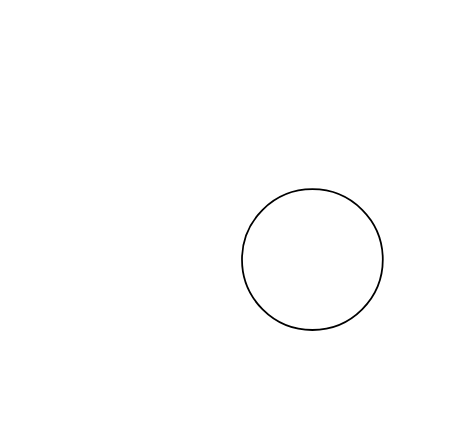
Above: Untitled Diagram.drawio in ODAPES/system_documentation (draw.io), before the change. Source tidied: cells renumbered, new cells numbered last; positions are measured from the earlier drawing's top-left corner, leaving out a move shared by most shapes. Both pictures are drawn from the tidied source at 176%, with x=0, y=0 at pixel (241, 188).
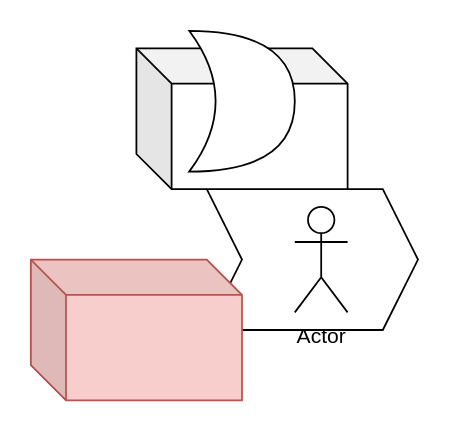
Above is the later version.

What changed in the source:
```diff
@@
 <mxGraphModel>
   <root>
     <mxCell id="0" />
     <mxCell id="1" parent="0" />
     <mxCell id="2" style="ellipse;whiteSpace=wrap;html=1;" parent="1" vertex="1">
       <mxGeometry width="80" height="80" as="geometry" />
     </mxCell>
+    <mxCell id="3" style="shape=step;perimeter=stepPerimeter;whiteSpace=wrap;html=1;fixedSize=1;" parent="1" vertex="1">
+      <mxGeometry x="-20" width="120" height="80" as="geometry" />
+    </mxCell>
+    <mxCell id="4" style="shape=cube;whiteSpace=wrap;html=1;boundedLbl=1;backgroundOutline=1;darkOpacity=0.05;darkOpacity2=0.1;" parent="1" vertex="1">
+      <mxGeometry x="-60" y="-80" width="120" height="80" as="geometry" />
+    </mxCell>
+    <mxCell id="5" style="shape=cube;whiteSpace=wrap;html=1;boundedLbl=1;backgroundOutline=1;darkOpacity=0.05;darkOpacity2=0.1;fillColor=#f8cecc;strokeColor=#b85450;" parent="1" vertex="1">
+      <mxGeometry x="-120" y="40" width="120" height="80" as="geometry" />
+    </mxCell>
+    <mxCell id="6" value="Actor" style="shape=umlActor;verticalLabelPosition=bottom;verticalAlign=top;html=1;" parent="1" vertex="1">
+      <mxGeometry x="30" y="10" width="30" height="60" as="geometry" />
+    </mxCell>
+    <mxCell id="7" style="shape=xor;whiteSpace=wrap;html=1;" parent="1" vertex="1">
+      <mxGeometry x="-30" y="-90" width="60" height="80" as="geometry" />
+    </mxCell>
   </root>
 </mxGraphModel>
```
